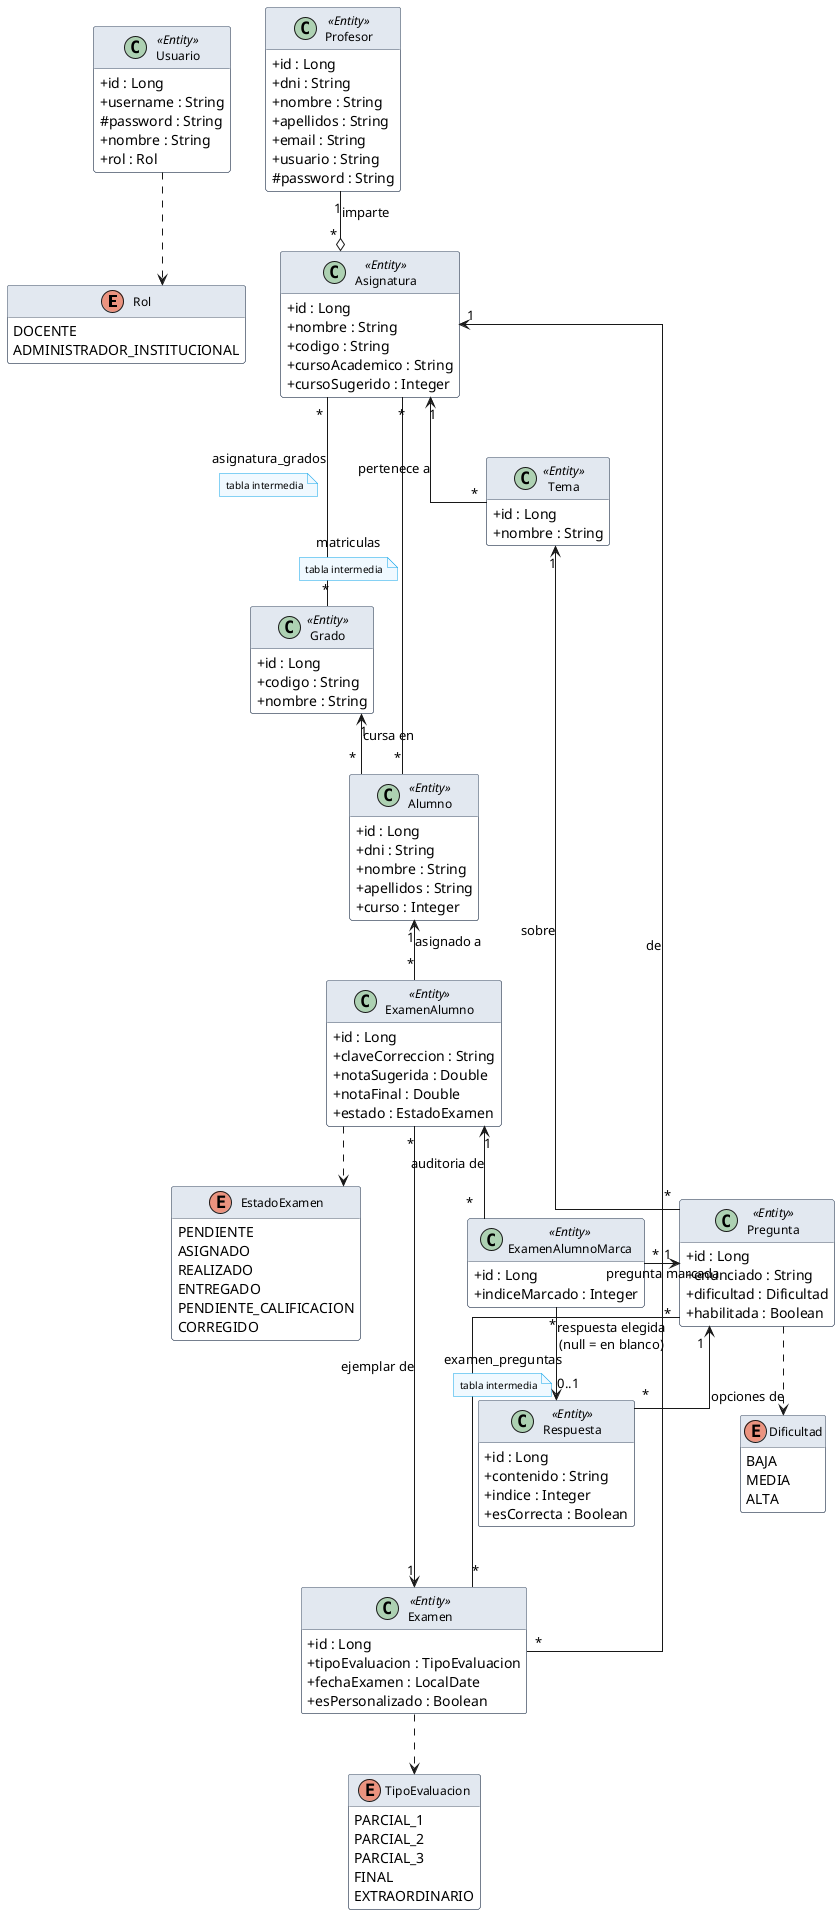
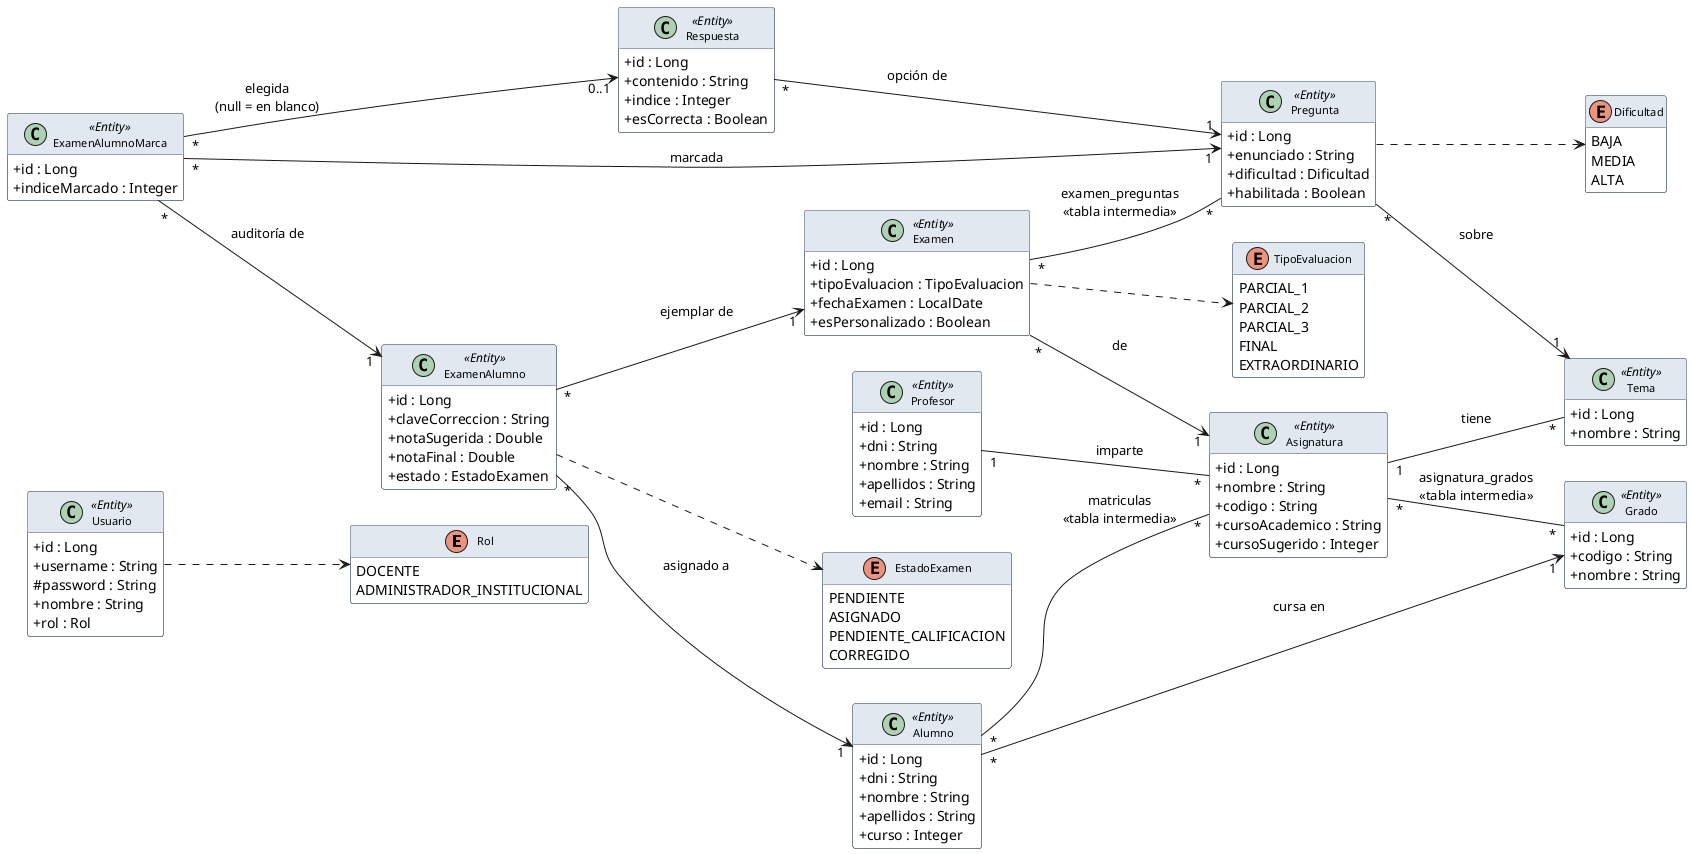
@startuml
skinparam classAttributeIconSize 0
- skinparam linetype ortho
skinparam class {
  BackgroundColor white
  BorderColor #475569
  HeaderBackgroundColor #e2e8f0
  FontName Arial
-   FontSize 12
+   FontSize 11
}
skinparam enum {
  BackgroundColor #fef9c3
  BorderColor #ca8a04
  FontName Arial
-   FontSize 11
+   FontSize 10
}
skinparam note {
  BackgroundColor #f0f9ff
  BorderColor #0ea5e9
-   FontSize 10
+   FontSize 9
}
hide empty members
- 
- top to bottom direction
+ left to right direction

' ══════════════════════════════════════════════
- ' ENUMERACIONES
+ ' ENUMS
' ══════════════════════════════════════════════

enum Rol {
  DOCENTE
  ADMINISTRADOR_INSTITUCIONAL
+ }
+ 
+ enum Dificultad {
+   BAJA
+   MEDIA
+   ALTA
}

enum TipoEvaluacion {
  PARCIAL_1
  PARCIAL_2
  PARCIAL_3
  FINAL
  EXTRAORDINARIO
}

- enum Dificultad {
-   BAJA
-   MEDIA
-   ALTA
- }
- 
enum EstadoExamen {
  PENDIENTE
  ASIGNADO
-   REALIZADO
-   ENTREGADO
  PENDIENTE_CALIFICACION
  CORREGIDO
}

' ══════════════════════════════════════════════
- ' CAPA 1 — USUARIOS Y AUTENTICACIÓN
+ ' ENTIDADES
' ══════════════════════════════════════════════

- together {
-   class Usuario <<Entity>> {
-     + id : Long
-     + username : String
-     # password : String
-     + nombre : String
-     + rol : Rol
-   }
- 
-   class Profesor <<Entity>> {
-     + id : Long
-     + dni : String
-     + nombre : String
-     + apellidos : String
-     + email : String
-     + usuario : String
-     # password : String
-   }
+ class Usuario <<Entity>> {
+   + id : Long
+   + username : String
+   # password : String
+   + nombre : String
+   + rol : Rol
}

- ' ══════════════════════════════════════════════
- ' CAPA 2 — ESTRUCTURA ACADÉMICA
- ' ══════════════════════════════════════════════
- 
- together {
-   class Grado <<Entity>> {
-     + id : Long
-     + codigo : String
-     + nombre : String
-   }
- 
-   class Asignatura <<Entity>> {
-     + id : Long
-     + nombre : String
-     + codigo : String
-     + cursoAcademico : String
-     + cursoSugerido : Integer
-   }
- 
-   class Alumno <<Entity>> {
-     + id : Long
-     + dni : String
-     + nombre : String
-     + apellidos : String
-     + curso : Integer
-   }
+ class Profesor <<Entity>> {
+   + id : Long
+   + dni : String
+   + nombre : String
+   + apellidos : String
+   + email : String
}

- ' ══════════════════════════════════════════════
- ' CAPA 3 — CONTENIDO (PREGUNTAS)
- ' ══════════════════════════════════════════════
- 
- together {
-   class Tema <<Entity>> {
-     + id : Long
-     + nombre : String
-   }
- 
-   class Pregunta <<Entity>> {
-     + id : Long
-     + enunciado : String
-     + dificultad : Dificultad
-     + habilitada : Boolean
-   }
- 
-   class Respuesta <<Entity>> {
-     + id : Long
-     + contenido : String
-     + indice : Integer
-     + esCorrecta : Boolean
-   }
+ class Grado <<Entity>> {
+   + id : Long
+   + codigo : String
+   + nombre : String
}

- ' ══════════════════════════════════════════════
- ' CAPA 4 — EXÁMENES
- ' ══════════════════════════════════════════════
+ class Alumno <<Entity>> {
+   + id : Long
+   + dni : String
+   + nombre : String
+   + apellidos : String
+   + curso : Integer
+ }
+ 
+ class Asignatura <<Entity>> {
+   + id : Long
+   + nombre : String
+   + codigo : String
+   + cursoAcademico : String
+   + cursoSugerido : Integer
+ }
+ 
+ class Tema <<Entity>> {
+   + id : Long
+   + nombre : String
+ }
+ 
+ class Pregunta <<Entity>> {
+   + id : Long
+   + enunciado : String
+   + dificultad : Dificultad
+   + habilitada : Boolean
+ }
+ 
+ class Respuesta <<Entity>> {
+   + id : Long
+   + contenido : String
+   + indice : Integer
+   + esCorrecta : Boolean
+ }

class Examen <<Entity>> {
  + id : Long
  + tipoEvaluacion : TipoEvaluacion
  + fechaExamen : LocalDate
  + esPersonalizado : Boolean
}

- ' ══════════════════════════════════════════════
- ' CAPA 5 — EJEMPLARES (EXAMEN POR ALUMNO)
- ' ══════════════════════════════════════════════
- 
class ExamenAlumno <<Entity>> {
  + id : Long
  + claveCorreccion : String
  + notaSugerida : Double
  + notaFinal : Double
  + estado : EstadoExamen
}
- 
- ' ══════════════════════════════════════════════
- ' CAPA 6 — AUDITORÍA (MARCAS)
- ' ══════════════════════════════════════════════

class ExamenAlumnoMarca <<Entity>> {
  + id : Long
  + indiceMarcado : Integer
}

' ══════════════════════════════════════════════
' RELACIONES
' ══════════════════════════════════════════════

' Auth
Usuario       ..>  Rol

' Estructura académica
- Profesor      "1"  -d-o  "*"  Asignatura       : imparte
- Asignatura    "*"  -d--  "*"  Grado            : asignatura_grados
- note on link
-   tabla intermedia
- end note
- Alumno        "*"  -u->  "1"  Grado            : cursa en
- Alumno        "*"  -u--  "*"  Asignatura       : matriculas
- note on link
-   tabla intermedia
- end note
+ Profesor      "1"  --  "*"  Asignatura  : imparte
+ Alumno        "*"  -->  "1"  Grado      : cursa en
+ Asignatura    "*"  --  "*"  Grado       : asignatura_grados\n<<tabla intermedia>>
+ Alumno        "*"  --  "*"  Asignatura  : matriculas\n<<tabla intermedia>>

' Contenido
- Tema          "*"  -u->  "1"  Asignatura       : pertenece a
+ Asignatura    "1"  --  "*"  Tema        : tiene
+ Pregunta      "*"  -->  "1"  Tema        : sobre
Pregunta      ..>  Dificultad
- Pregunta      "*"  -u->  "1"  Tema             : sobre
- Respuesta     "*"  -u->  "1"  Pregunta         : opciones de
+ Respuesta     "*"  -->  "1"  Pregunta    : opción de

' Examen
Examen        ..>  TipoEvaluacion
- Examen        "*"  -u->  "1"  Asignatura       : de
- Examen        "*"  -u--  "*"  Pregunta         : examen_preguntas
- note on link
-   tabla intermedia
- end note
+ Examen        "*"  -->  "1"  Asignatura  : de
+ Examen        "*"  --  "*"  Pregunta     : examen_preguntas\n<<tabla intermedia>>

' Ejemplar
ExamenAlumno  ..>  EstadoExamen
- ExamenAlumno  "*"  -u->  "1"  Examen           : ejemplar de
- ExamenAlumno  "*"  -u->  "1"  Alumno           : asignado a
+ ExamenAlumno  "*"  -->  "1"  Examen      : ejemplar de
+ ExamenAlumno  "*"  -->  "1"  Alumno      : asignado a

' Auditoría
- ExamenAlumnoMarca  "*"  -u->  "1"      ExamenAlumno  : auditoria de
- ExamenAlumnoMarca  "*"  -r->  "1"      Pregunta      : pregunta marcada
- ExamenAlumnoMarca  "*"  -r->  "0..1"   Respuesta     : respuesta elegida\n(null = en blanco)
+ ExamenAlumnoMarca  "*"  -->  "1"    ExamenAlumno  : auditoría de
+ ExamenAlumnoMarca  "*"  -->  "1"    Pregunta      : marcada
+ ExamenAlumnoMarca  "*"  -->  "0..1" Respuesta     : elegida\n(null = en blanco)

@enduml
